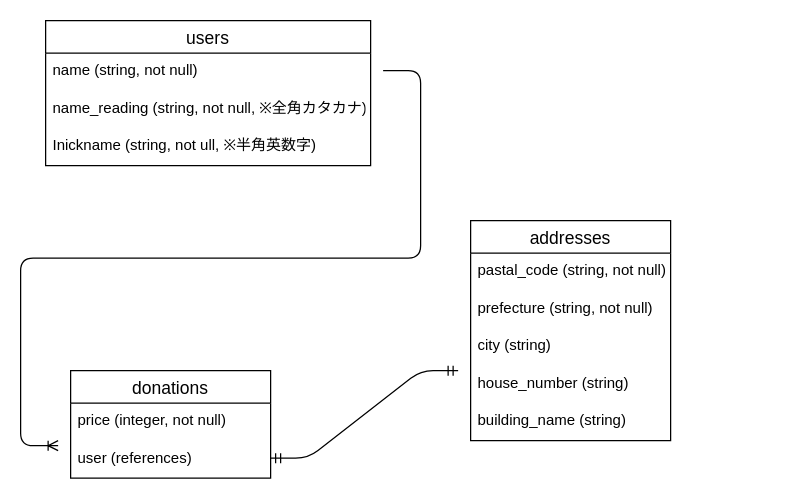
This is ER-Figure.dio from TECH99SUZUMURa/donation_app, a draw.io file, before an edit. Source tidied: cells renumbered, new cells numbered last; positions are measured from the earlier drawing's top-left corner, leaving out a move shared by most shapes. Both pictures are drawn from the tidied source at 125%, with x=0, y=0 at pixel (45, 20).
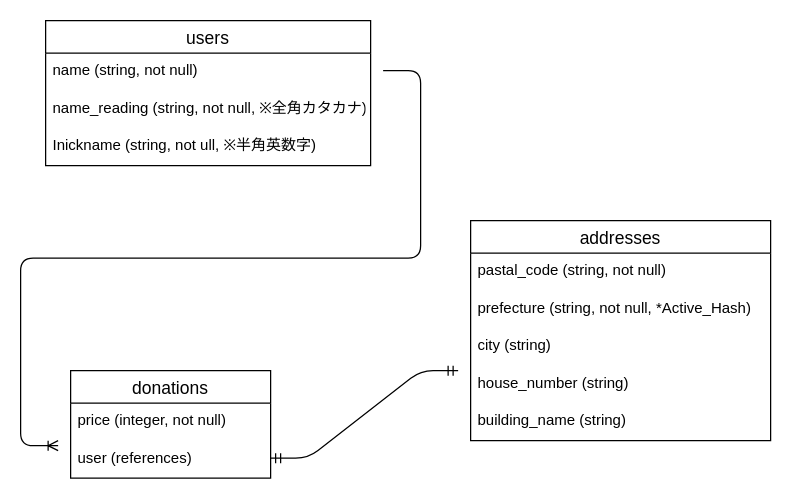
After the change.

Change to the diagram source:
```diff
@@
 <mxGraphModel>
   <root>
     <mxCell id="0" />
     <mxCell id="1" parent="0" />
     <mxCell id="2" value="users" style="swimlane;fontStyle=0;horizontal=1;startSize=26;align=center;fontSize=14;" parent="1" vertex="1">
       <mxGeometry width="260" height="116" as="geometry" />
     </mxCell>
     <mxCell id="3" value="name (string, not null)" style="text;strokeColor=none;fillColor=none;spacingLeft=4;spacingRight=4;overflow=hidden;fontSize=12;" parent="2" vertex="1">
       <mxGeometry y="26" width="260" height="30" as="geometry" />
     </mxCell>
     <mxCell id="4" value="name_reading (string, not null, ※全角カタカナ)" style="text;strokeColor=none;fillColor=none;spacingLeft=4;spacingRight=4;overflow=hidden;fontSize=12;" parent="2" vertex="1">
       <mxGeometry y="56" width="260" height="30" as="geometry" />
     </mxCell>
     <mxCell id="5" value="Inickname (string, not ull, ※半角英数字)" style="text;strokeColor=none;fillColor=none;spacingLeft=4;spacingRight=4;overflow=hidden;fontSize=12;" parent="2" vertex="1">
       <mxGeometry y="86" width="260" height="30" as="geometry" />
     </mxCell>
     <mxCell id="6" value="donations" style="swimlane;fontStyle=0;horizontal=1;startSize=26;align=center;fontSize=14;" parent="1" vertex="1">
       <mxGeometry x="20" y="280" width="160" height="86" as="geometry" />
     </mxCell>
     <mxCell id="7" value="price (integer, not null)" style="text;strokeColor=none;fillColor=none;spacingLeft=4;spacingRight=4;overflow=hidden;fontSize=12;" parent="6" vertex="1">
       <mxGeometry y="26" width="160" height="30" as="geometry" />
     </mxCell>
     <mxCell id="8" value="user (references)" style="text;strokeColor=none;fillColor=none;spacingLeft=4;spacingRight=4;overflow=hidden;fontSize=12;" parent="6" vertex="1">
       <mxGeometry y="56" width="160" height="30" as="geometry" />
     </mxCell>
     <mxCell id="9" value="addresses" style="swimlane;fontStyle=0;horizontal=1;startSize=26;align=center;fontSize=14;" parent="1" vertex="1">
-      <mxGeometry x="340" y="160" width="160" height="176" as="geometry" />
+      <mxGeometry x="340" y="160" width="240" height="176" as="geometry" />
     </mxCell>
     <mxCell id="10" value="pastal_code (string, not null)" style="text;strokeColor=none;fillColor=none;spacingLeft=4;spacingRight=4;overflow=hidden;fontSize=12;" parent="9" vertex="1">
-      <mxGeometry y="26" width="160" height="30" as="geometry" />
+      <mxGeometry y="26" width="240" height="30" as="geometry" />
     </mxCell>
-    <mxCell id="11" value="prefecture (string, not null)" style="text;strokeColor=none;fillColor=none;spacingLeft=4;spacingRight=4;overflow=hidden;fontSize=12;" parent="9" vertex="1">
-      <mxGeometry y="56" width="160" height="30" as="geometry" />
+    <mxCell id="11" value="prefecture (string, not null, *Active_Hash)" style="text;strokeColor=none;fillColor=none;spacingLeft=4;spacingRight=4;overflow=hidden;fontSize=12;" parent="9" vertex="1">
+      <mxGeometry y="56" width="240" height="30" as="geometry" />
     </mxCell>
     <mxCell id="12" value="city (string)" style="text;strokeColor=none;fillColor=none;spacingLeft=4;spacingRight=4;overflow=hidden;fontSize=12;" parent="9" vertex="1">
-      <mxGeometry y="86" width="160" height="30" as="geometry" />
+      <mxGeometry y="86" width="240" height="30" as="geometry" />
     </mxCell>
     <mxCell id="13" value="house_number (string)" style="text;strokeColor=none;fillColor=none;spacingLeft=4;spacingRight=4;overflow=hidden;fontSize=12;" parent="9" vertex="1">
-      <mxGeometry y="116" width="160" height="30" as="geometry" />
+      <mxGeometry y="116" width="240" height="30" as="geometry" />
     </mxCell>
     <mxCell id="14" value="building_name (string)" style="text;strokeColor=none;fillColor=none;spacingLeft=4;spacingRight=4;overflow=hidden;fontSize=12;" parent="9" vertex="1">
-      <mxGeometry y="146" width="160" height="30" as="geometry" />
+      <mxGeometry y="146" width="240" height="30" as="geometry" />
     </mxCell>
     <mxCell id="15" style="edgeStyle=entityRelationEdgeStyle;fontSize=12;html=1;endArrow=ERoneToMany;" parent="1" edge="1">
       <mxGeometry relative="1" as="geometry">
         <mxPoint x="270" y="40" as="sourcePoint" />
         <mxPoint x="10" y="340" as="targetPoint" />
       </mxGeometry>
     </mxCell>
     <mxCell id="16" style="edgeStyle=entityRelationEdgeStyle;fontSize=12;html=1;endArrow=ERmandOne;startArrow=ERmandOne;" parent="1" edge="1">
       <mxGeometry relative="1" as="geometry">
         <mxPoint x="180" y="350" as="sourcePoint" />
         <mxPoint x="330" y="280" as="targetPoint" />
       </mxGeometry>
     </mxCell>
   </root>
 </mxGraphModel>
```
